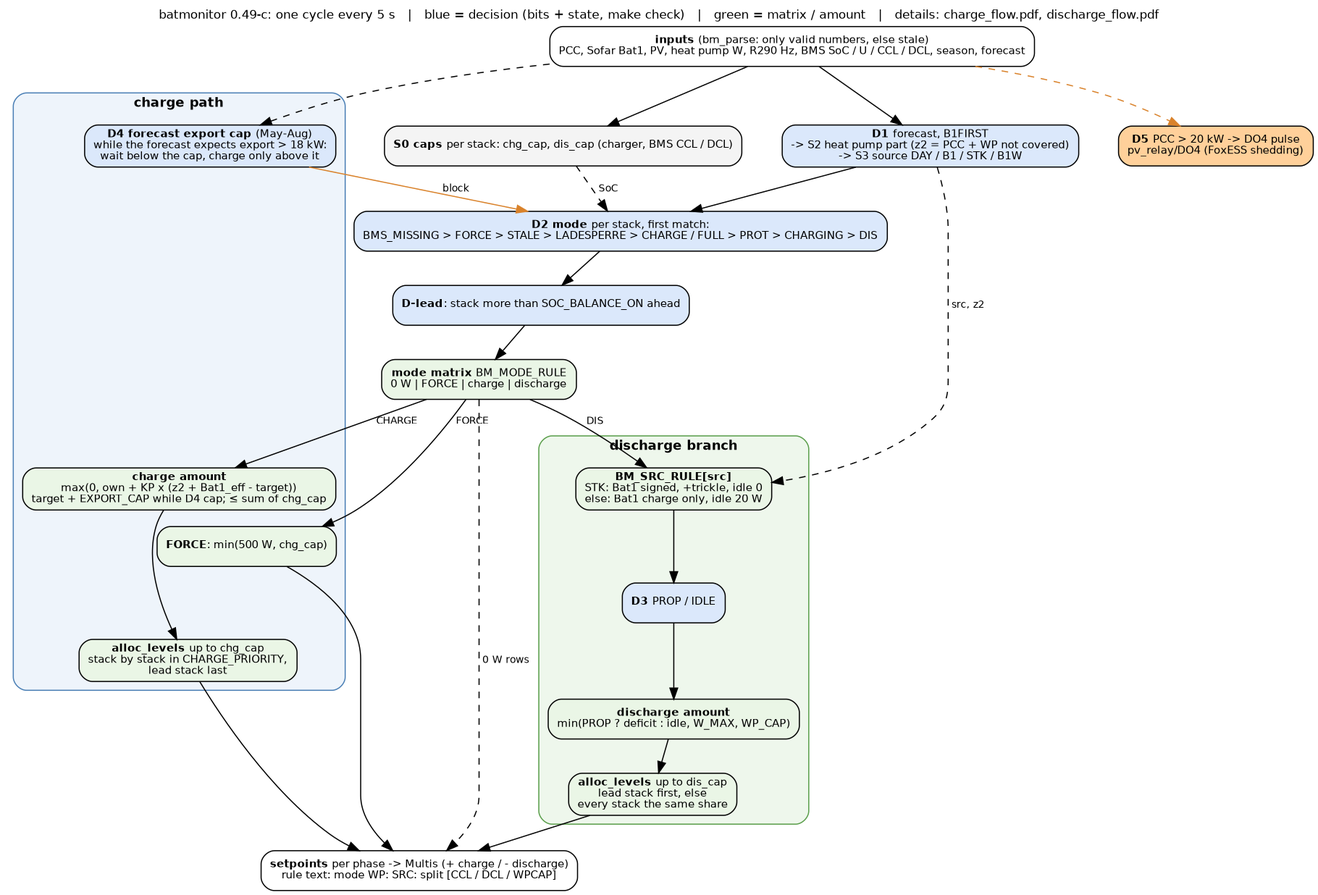
Earlier version of the Graphviz export docs/control_flow.png (gerontec/victron). Its source is kept beside it as docs/control_flow.dot.
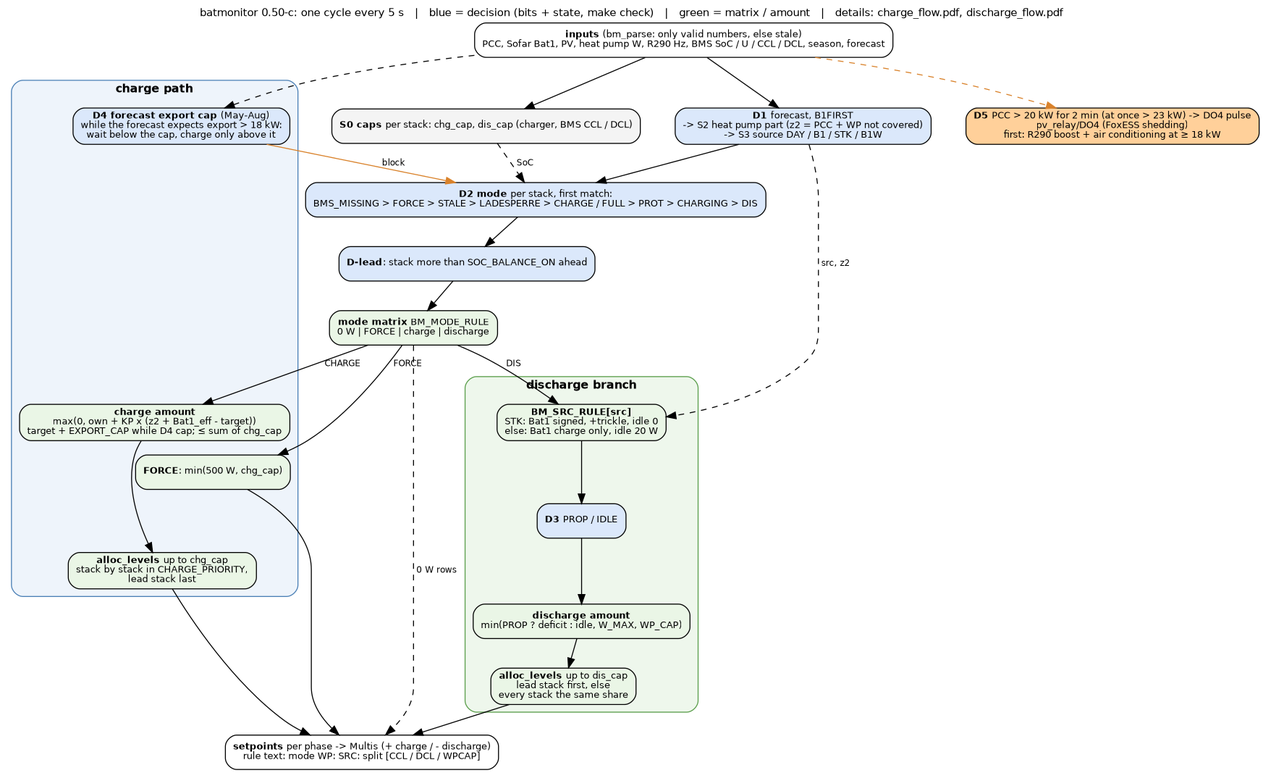
After the commit.

Change to the diagram source:
```diff
@@ -1,6 +1,6 @@
 digraph control {
 	graph [rankdir=TB, fontname="Helvetica", fontsize=11, nodesep=0.5, ranksep=0.4, newrank=true,
-		   label="batmonitor 0.49-c: one cycle every 5 s   |   blue = decision (bits + state, make check)   |   green = matrix / amount   |   details: charge_flow.pdf, discharge_flow.pdf",
+		   label="batmonitor 0.50-c: one cycle every 5 s   |   blue = decision (bits + state, make check)   |   green = matrix / amount   |   details: charge_flow.pdf, discharge_flow.pdf",
 		   labelloc=t];
 	node [shape=box, style="rounded,filled", fillcolor="#f4f4f4", fontname="Helvetica", fontsize=10];
 	edge [fontname="Helvetica", fontsize=9];
@@ -30,7 +30,7 @@
 		src -> d3 -> damount -> dsplit;
 	}
 
-	d5 [label=<<b>D5</b> PCC &gt; 20 kW -&gt; DO4 pulse<br/>pv_relay/DO4 (FoxESS shedding)>, fillcolor="#ffd09a"];
+	d5 [label=<<b>D5</b> PCC &gt; 20 kW for 2 min (at once &gt; 23 kW) -&gt; DO4 pulse<br/>pv_relay/DO4 (FoxESS shedding)<br/>first: R290 boost + air conditioning at &ge; 18 kW>, fillcolor="#ffd09a"];
 	out [label=<<b>setpoints</b> per phase -&gt; Multis (+ charge / - discharge)<br/>rule text: mode WP: SRC: split [CCL / DCL / WPCAP]>, fillcolor="#ffffff"];
 
 	in -> d1 -> d2;
```
